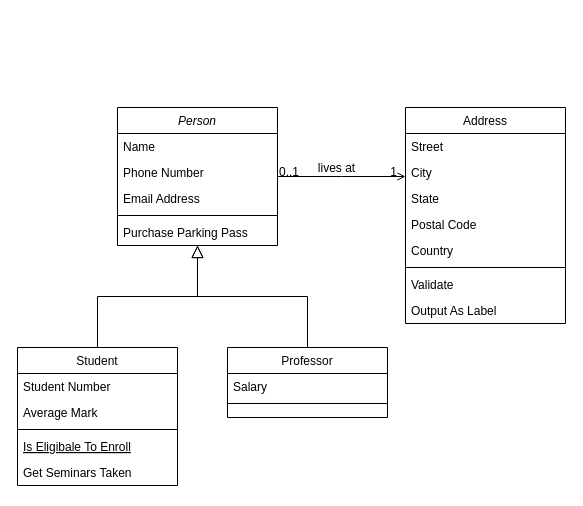
Earlier version of the draw.io diagram 未命名绘图.drawio (yaqianghan/hyqMackdown). Source tidied: cells renumbered, new cells numbered last; positions are measured from the earlier drawing's top-left corner, leaving out a move shared by most shapes. Both pictures are drawn from the tidied source at 100%, with x=0, y=0 at pixel (17, 107).
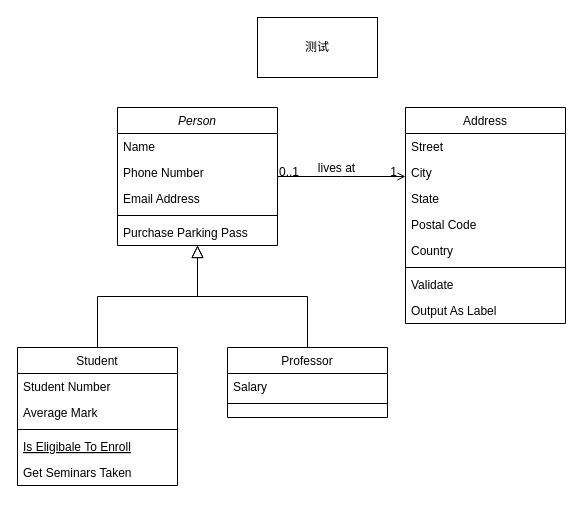
After the change.

Commit message:
更新未命名绘图.drawio

What changed in the source:
```diff
@@
+    <mxCell id="32" value="测试" style="rounded=0;whiteSpace=wrap;html=1;" parent="1" vertex="1">
+      <mxGeometry x="240" y="-90" width="120" height="60" as="geometry" />
+    </mxCell>
```
